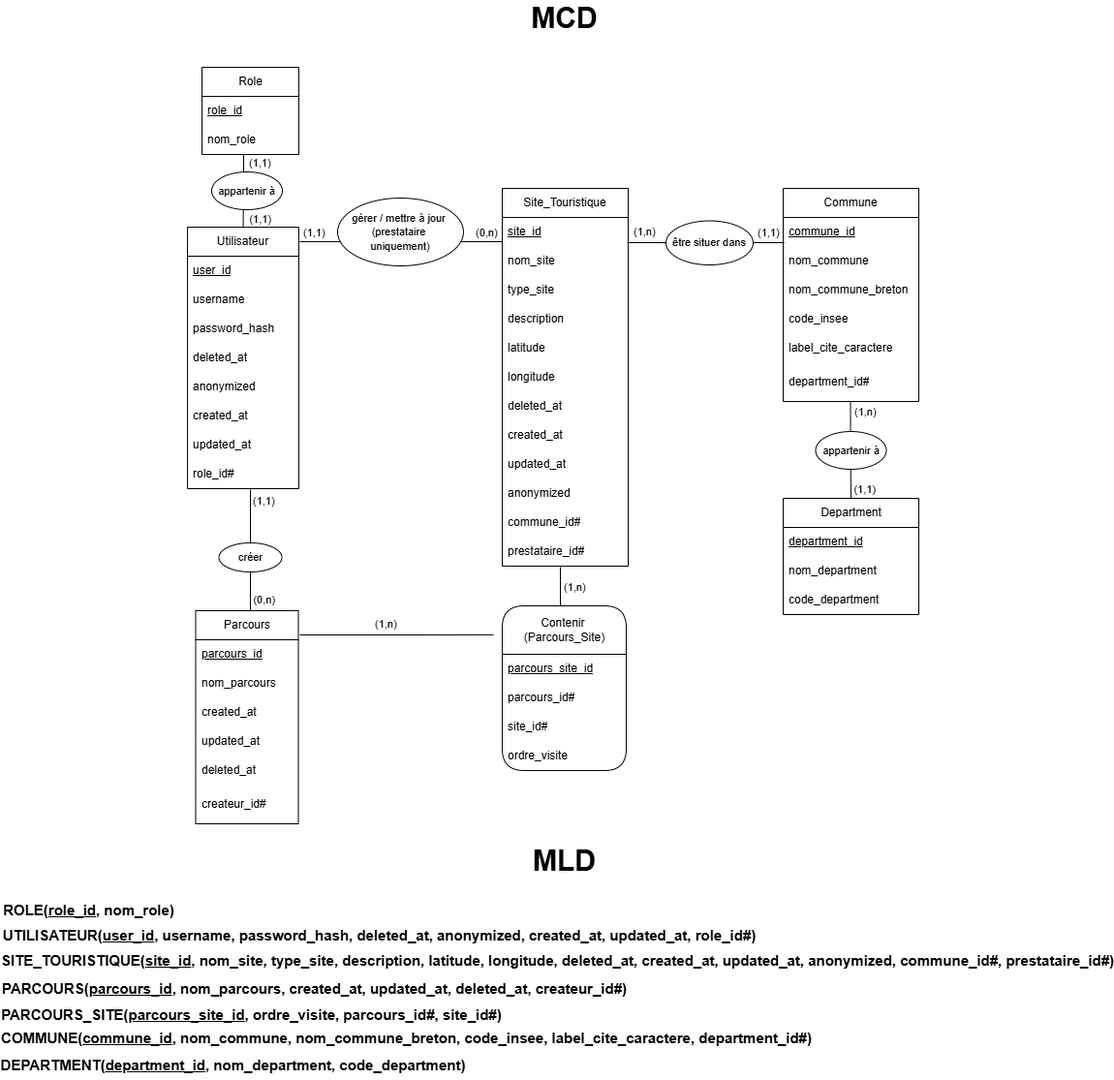
The draw.io diagram MCD_MLD_Lumea.png in go2375/Luma, before a commit. Source tidied: cells renumbered, new cells last; positions are measured from the earlier drawing's top-left corner, leaving out a move shared by most shapes.
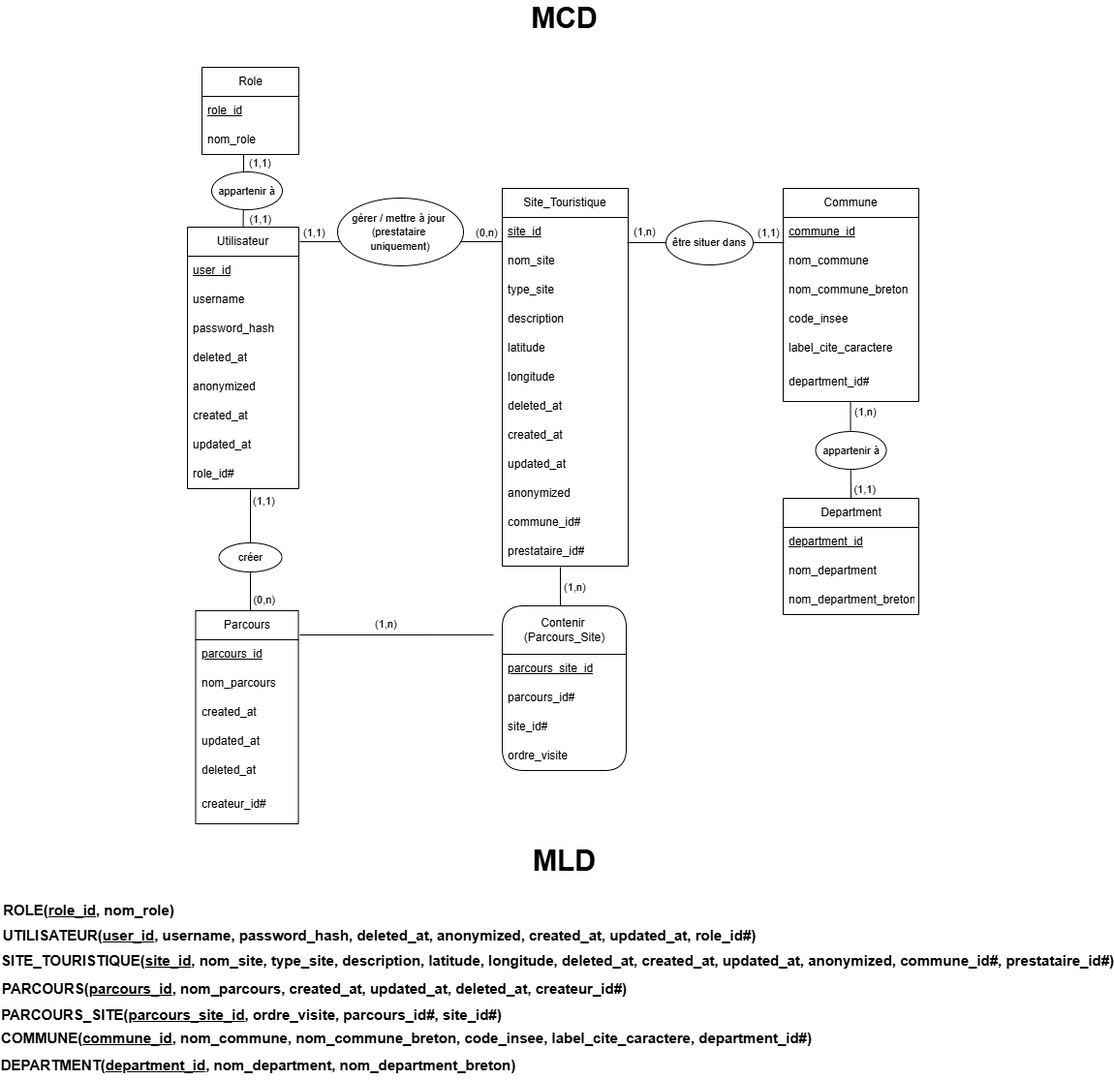
Above is the later version.

Commit message:
MCD_MLD et bdd_create.py mise à jour nom_department_breton

The edit, as a diff of the source:
```diff
@@ -97,7 +97,7 @@
     <mxCell id="30" value="nom_department" style="text;strokeColor=none;fillColor=none;align=left;verticalAlign=middle;spacingLeft=4;spacingRight=4;overflow=hidden;whiteSpace=wrap;html=1;" parent="28" vertex="1">
       <mxGeometry y="60" width="140" height="30" as="geometry" />
     </mxCell>
-    <mxCell id="31" value="code_department" style="text;strokeColor=none;fillColor=none;align=left;verticalAlign=middle;spacingLeft=4;spacingRight=4;overflow=hidden;whiteSpace=wrap;html=1;" parent="28" vertex="1">
+    <mxCell id="31" value="nom_department_breton" style="text;strokeColor=none;fillColor=none;align=left;verticalAlign=middle;spacingLeft=4;spacingRight=4;overflow=hidden;whiteSpace=wrap;html=1;" parent="28" vertex="1">
       <mxGeometry y="90" width="140" height="30" as="geometry" />
     </mxCell>
     <mxCell id="32" value="Commune" style="swimlane;fontStyle=0;horizontal=1;startSize=30;whiteSpace=wrap;html=1;" parent="1" vertex="1">
@@ -293,8 +293,8 @@
     <mxCell id="82" value="COMMUNE(&lt;u&gt;commune_id&lt;/u&gt;, nom_commune, nom_commune_breton, code_insee, label_cite_caractere, department_id#)" style="text;align=center;fontStyle=1;verticalAlign=middle;spacingLeft=3;spacingRight=3;strokeColor=none;html=1;fontSize=15;" parent="1" vertex="1">
       <mxGeometry x="329" y="1049" width="80" height="33" as="geometry" />
     </mxCell>
-    <mxCell id="83" value="DEPARTMENT(&lt;u&gt;department_id&lt;/u&gt;, nom_department, code_department)" style="text;align=center;fontStyle=1;verticalAlign=middle;spacingLeft=3;spacingRight=3;strokeColor=none;html=1;fontSize=15;" parent="1" vertex="1">
-      <mxGeometry x="149.5" y="1077" width="80" height="33" as="geometry" />
+    <mxCell id="83" value="DEPARTMENT(&lt;u&gt;department_id&lt;/u&gt;, nom_department, nom_department_breton)" style="text;align=center;fontStyle=1;verticalAlign=middle;spacingLeft=3;spacingRight=3;strokeColor=none;html=1;fontSize=15;" parent="1" vertex="1">
+      <mxGeometry x="175.5" y="1077" width="80" height="33" as="geometry" />
     </mxCell>
   </root>
 </mxGraphModel>
```
